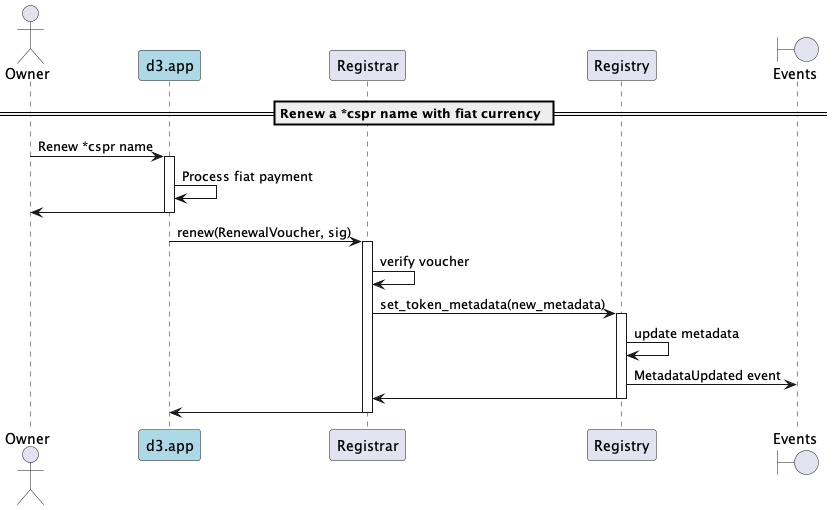
The PlantUML diagram docs/sequence-diagrams/puml/offchain-renewal.png in make-software/cspr-name-contracts, before a commit.
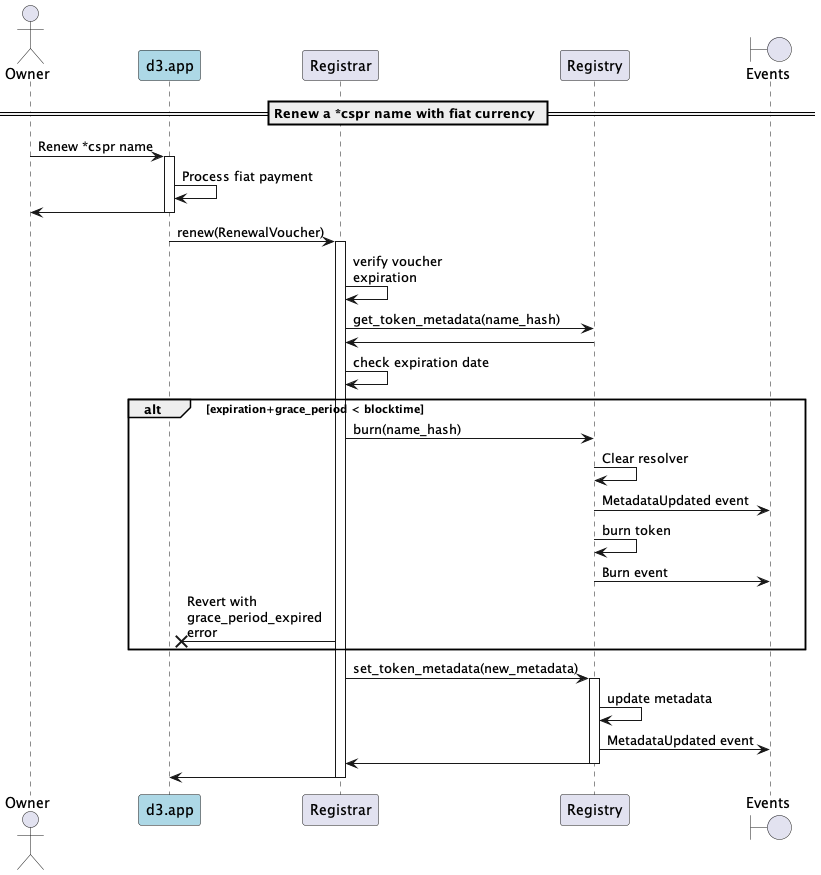
Above is the later version.

What changed in the source:
```diff
@@ -14,9 +14,20 @@
 d3 -> Owner
 deactivate d3
 
-d3 -> Registrar: renew(RenewalVoucher, sig)
+d3 -> Registrar: renew(RenewalVoucher)
 activate Registrar
-Registrar -> Registrar: verify voucher
+Registrar -> Registrar: verify voucher\nexpiration
+Registrar -> Registry: get_token_metadata(name_hash)
+Registry -> Registrar
+Registrar -> Registrar: check expiration date
+alt expiration+grace_period < blocktime
+    Registrar -> Registry: burn(name_hash)
+    Registry -> Registry: Clear resolver
+    Registry -> "Events": MetadataUpdated event
+    Registry -> Registry: burn token
+    Registry -> "Events": Burn event
+    Registrar ->x d3: Revert with\ngrace_period_expired\nerror
+end
 Registrar -> Registry: set_token_metadata(new_metadata)
 activate Registry
 Registry -> Registry: update metadata
```
